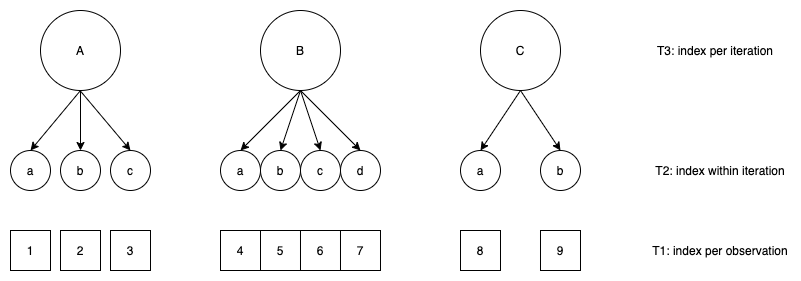
huizezhang-sherry/paper-ferrn keeps this draw.io diagram as figures/iterators.png. Above is the earlier version. Source tidied: cells renumbered, new cells last; positions are measured from the earlier drawing's top-left corner, leaving out a move shared by most shapes.
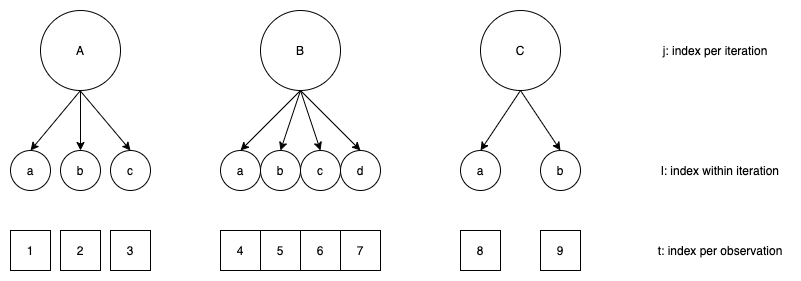
The same file after the commit.

Change to the diagram source:
```diff
@@ -107,13 +107,13 @@
         <mxPoint x="69.5" y="80" as="sourcePoint" />
       </mxGeometry>
     </mxCell>
-    <mxCell id="32" value="T1: index per observation" style="text;html=1;strokeColor=none;fillColor=none;align=center;verticalAlign=middle;whiteSpace=wrap;rounded=0;" parent="1" vertex="1">
+    <mxCell id="32" value="t: index per observation" style="text;html=1;strokeColor=none;fillColor=none;align=center;verticalAlign=middle;whiteSpace=wrap;rounded=0;" parent="1" vertex="1">
       <mxGeometry x="640" y="230" width="140" height="20" as="geometry" />
     </mxCell>
-    <mxCell id="33" value="T2: index within iteration" style="text;html=1;strokeColor=none;fillColor=none;align=center;verticalAlign=middle;whiteSpace=wrap;rounded=0;" parent="1" vertex="1">
+    <mxCell id="33" value="l: index within iteration" style="text;html=1;strokeColor=none;fillColor=none;align=center;verticalAlign=middle;whiteSpace=wrap;rounded=0;" parent="1" vertex="1">
       <mxGeometry x="640" y="150" width="140" height="20" as="geometry" />
     </mxCell>
-    <mxCell id="34" value="T3: index per iteration" style="text;html=1;strokeColor=none;fillColor=none;align=center;verticalAlign=middle;whiteSpace=wrap;rounded=0;" parent="1" vertex="1">
+    <mxCell id="34" value="j: index per iteration" style="text;html=1;strokeColor=none;fillColor=none;align=center;verticalAlign=middle;whiteSpace=wrap;rounded=0;" parent="1" vertex="1">
       <mxGeometry x="640" y="30" width="130" height="20" as="geometry" />
     </mxCell>
   </root>
```
